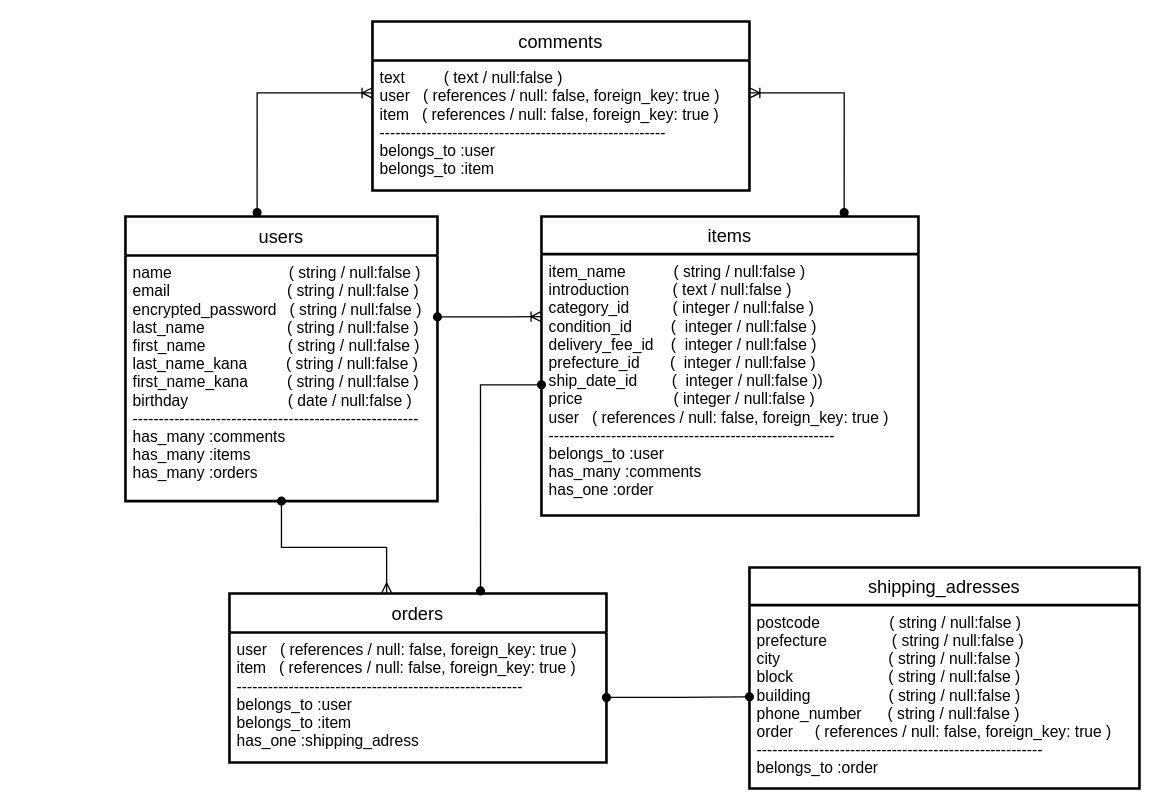
Earlier version of the draw.io diagram furima.dio (ynghr1226/furima-32454). Source tidied: cells renumbered, new cells numbered last; positions are measured from the earlier drawing's top-left corner, leaving out a move shared by most shapes. Both pictures are drawn from the tidied source at 130%, with x=0, y=0 at pixel (125, 21).
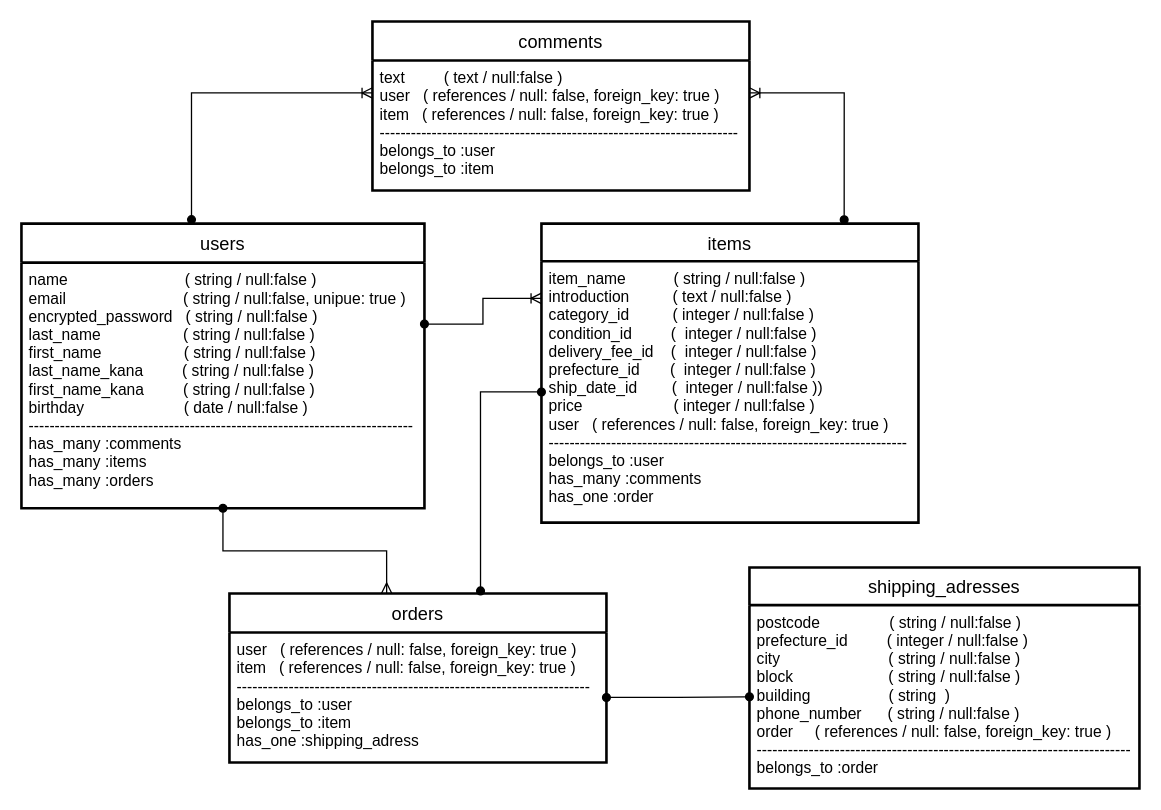
The same page after the edit.

Commit message (it also covers changes not shown here):
データベース設計：修正_3

### What
データベース設計にてREADMEとER図を作成

### Why
データベースを実装する為

Change to the diagram source:
```diff
@@
 <mxGraphModel>
   <root>
     <mxCell id="0" />
     <mxCell id="1" parent="0" />
     <mxCell id="2" value="users" style="swimlane;horizontal=1;startSize=30;rounded=0;fontSize=14;fontStyle=0;strokeWidth=2;shadow=0;dashed=0;align=center;" parent="1" vertex="1">
-      <mxGeometry y="150" width="240" height="219" as="geometry" />
+      <mxGeometry x="-80" y="155.5" width="310" height="219" as="geometry" />
     </mxCell>
-    <mxCell id="3" value="name                           ( string / null:false )&#10;email                           ( string / null:false )&#10;encrypted_password   ( string / null:false )&#10;last_name                   ( string / null:false )&#10;first_name                   ( string / null:false )&#10;last_name_kana         ( string / null:false )&#10;first_name_kana         ( string / null:false )&#10;birthday                       ( date / null:false )&#10;-------------------------------------------------------&#10;has_many :comments&#10;has_many :items&#10;has_many :orders " style="align=left;strokeColor=none;fillColor=none;spacingLeft=4;fontSize=12;verticalAlign=top;" parent="2" vertex="1">
-      <mxGeometry y="30" width="240" height="189" as="geometry" />
+    <mxCell id="3" value="name                           ( string / null:false )&#10;email                           ( string / null:false, unipue: true )&#10;encrypted_password   ( string / null:false )&#10;last_name                   ( string / null:false )&#10;first_name                   ( string / null:false )&#10;last_name_kana         ( string / null:false )&#10;first_name_kana         ( string / null:false )&#10;birthday                       ( date / null:false )&#10;--------------------------------------------------------------------------&#10;has_many :comments&#10;has_many :items&#10;has_many :orders " style="align=left;strokeColor=none;fillColor=none;spacingLeft=4;fontSize=12;verticalAlign=top;" parent="2" vertex="1">
+      <mxGeometry y="30" width="310" height="189" as="geometry" />
     </mxCell>
     <mxCell id="4" value="items" style="swimlane;horizontal=1;startSize=29;rounded=0;fontSize=14;fontStyle=0;strokeWidth=2;shadow=0;align=center;" parent="1" vertex="1">
-      <mxGeometry x="320" y="150" width="290" height="230" as="geometry" />
+      <mxGeometry x="320" y="155.5" width="290" height="230" as="geometry" />
     </mxCell>
-    <mxCell id="5" value="item_name           ( string / null:false )&#10;introduction          ( text / null:false )&#10;category_id          ( integer / null:false )&#10;condition_id         (  integer / null:false )&#10;delivery_fee_id    (  integer / null:false )&#10;prefecture_id       (  integer / null:false )&#10;ship_date_id        (  integer / null:false ))&#10;price                     ( integer / null:false )&#10;user   ( references / null: false, foreign_key: true )&#10;-------------------------------------------------------&#10;belongs_to :user&#10;has_many :comments&#10;has_one :order" style="align=left;strokeColor=none;fillColor=none;spacingLeft=4;fontSize=12;verticalAlign=top;dashed=1;" parent="4" vertex="1">
+    <mxCell id="5" value="item_name           ( string / null:false )&#10;introduction          ( text / null:false )&#10;category_id          ( integer / null:false )&#10;condition_id         (  integer / null:false )&#10;delivery_fee_id    (  integer / null:false )&#10;prefecture_id       (  integer / null:false )&#10;ship_date_id        (  integer / null:false ))&#10;price                     ( integer / null:false )&#10;user   ( references / null: false, foreign_key: true )&#10;---------------------------------------------------------------------&#10;belongs_to :user&#10;has_many :comments&#10;has_one :order" style="align=left;strokeColor=none;fillColor=none;spacingLeft=4;fontSize=12;verticalAlign=top;dashed=1;" parent="4" vertex="1">
       <mxGeometry y="29" width="290" height="201" as="geometry" />
     </mxCell>
     <mxCell id="6" value="shipping_adresses" style="swimlane;horizontal=1;startSize=29;rounded=0;fontSize=14;fontStyle=0;strokeWidth=2;shadow=0;align=center;" parent="1" vertex="1">
       <mxGeometry x="480" y="420" width="300" height="170" as="geometry" />
     </mxCell>
-    <mxCell id="7" value="postcode                ( string / null:false )&#10;prefecture               ( string / null:false )&#10;city                         ( string / null:false )&#10;block                      ( string / null:false )&#10;building                  ( string / null:false )&#10;phone_number      ( string / null:false )&#10;order     ( references / null: false, foreign_key: true )&#10;-------------------------------------------------------&#10;belongs_to :order&#10;" style="align=left;strokeColor=none;fillColor=none;spacingLeft=4;fontSize=12;verticalAlign=top;dashed=1;" parent="6" vertex="1">
+    <mxCell id="7" value="postcode                ( string / null:false )&#10;prefecture_id         ( integer / null:false )&#10;city                         ( string / null:false )&#10;block                      ( string / null:false )&#10;building                  ( string  )&#10;phone_number      ( string / null:false )&#10;order     ( references / null: false, foreign_key: true )&#10;------------------------------------------------------------------------&#10;belongs_to :order&#10;" style="align=left;strokeColor=none;fillColor=none;spacingLeft=4;fontSize=12;verticalAlign=top;dashed=1;" parent="6" vertex="1">
       <mxGeometry y="29" width="300" height="141" as="geometry" />
     </mxCell>
     <mxCell id="8" value="orders" style="swimlane;horizontal=1;startSize=30;rounded=0;fontSize=14;fontStyle=0;strokeWidth=2;shadow=0;dashed=0;align=center;" parent="1" vertex="1">
       <mxGeometry x="80" y="440" width="290" height="130" as="geometry" />
     </mxCell>
-    <mxCell id="9" value="user   ( references / null: false, foreign_key: true )&#10;item   ( references / null: false, foreign_key: true )&#10;-------------------------------------------------------&#10;belongs_to :user&#10;belongs_to :item&#10;has_one :shipping_adress" style="align=left;strokeColor=none;fillColor=none;spacingLeft=4;fontSize=12;verticalAlign=top;" parent="8" vertex="1">
+    <mxCell id="9" value="user   ( references / null: false, foreign_key: true )&#10;item   ( references / null: false, foreign_key: true )&#10;--------------------------------------------------------------------&#10;belongs_to :user&#10;belongs_to :item&#10;has_one :shipping_adress" style="align=left;strokeColor=none;fillColor=none;spacingLeft=4;fontSize=12;verticalAlign=top;" parent="8" vertex="1">
       <mxGeometry y="30" width="290" height="100" as="geometry" />
     </mxCell>
     <mxCell id="10" value="comments" style="swimlane;horizontal=1;startSize=30;rounded=0;fontSize=14;fontStyle=0;strokeWidth=2;shadow=0;dashed=0;align=center;" parent="1" vertex="1">
       <mxGeometry x="190" width="290" height="130" as="geometry" />
     </mxCell>
-    <mxCell id="11" value="text         ( text / null:false )&#10;user   ( references / null: false, foreign_key: true )&#10;item   ( references / null: false, foreign_key: true )&#10;-------------------------------------------------------&#10;belongs_to :user&#10;belongs_to :item" style="align=left;strokeColor=none;fillColor=none;spacingLeft=4;fontSize=12;verticalAlign=top;" parent="10" vertex="1">
+    <mxCell id="11" value="text         ( text / null:false )&#10;user   ( references / null: false, foreign_key: true )&#10;item   ( references / null: false, foreign_key: true )&#10;---------------------------------------------------------------------&#10;belongs_to :user&#10;belongs_to :item" style="align=left;strokeColor=none;fillColor=none;spacingLeft=4;fontSize=12;verticalAlign=top;" parent="10" vertex="1">
       <mxGeometry y="30" width="290" height="100" as="geometry" />
     </mxCell>
     <mxCell id="12" style="edgeStyle=orthogonalEdgeStyle;rounded=0;jettySize=auto;html=1;exitX=0.5;exitY=1;exitDx=0;exitDy=0;startArrow=oval;startFill=1;endArrow=ERmany;endFill=0;entryX=0.417;entryY=0;entryDx=0;entryDy=0;entryPerimeter=0;" parent="1" edge="1" source="3" target="8">
       <mxGeometry relative="1" as="geometry" />
     </mxCell>
     <mxCell id="13" style="edgeStyle=orthogonalEdgeStyle;rounded=0;jettySize=auto;html=1;exitX=0;exitY=0.5;exitDx=0;exitDy=0;entryX=0.666;entryY=-0.015;entryDx=0;entryDy=0;entryPerimeter=0;startArrow=oval;startFill=1;endArrow=oval;endFill=1;" parent="1" edge="1" source="5" target="8">
       <mxGeometry relative="1" as="geometry" />
     </mxCell>
-    <mxCell id="14" style="edgeStyle=orthogonalEdgeStyle;rounded=0;jettySize=auto;html=1;exitX=1;exitY=0.25;exitDx=0;exitDy=0;startArrow=oval;startFill=1;endArrow=ERoneToMany;endFill=0;" parent="1" edge="1" source="3">
-      <mxGeometry relative="1" as="geometry">
-        <mxPoint x="320" y="227" as="targetPoint" />
-      </mxGeometry>
-    </mxCell>
     <mxCell id="15" style="edgeStyle=orthogonalEdgeStyle;rounded=0;jettySize=auto;html=1;exitX=1;exitY=0.5;exitDx=0;exitDy=0;startArrow=oval;startFill=1;endArrow=oval;endFill=1;" parent="1" edge="1" source="9" target="7">
       <mxGeometry relative="1" as="geometry" />
     </mxCell>
     <mxCell id="16" style="edgeStyle=orthogonalEdgeStyle;rounded=0;jettySize=auto;html=1;exitX=1;exitY=0.25;exitDx=0;exitDy=0;entryX=0.803;entryY=-0.013;entryDx=0;entryDy=0;entryPerimeter=0;startArrow=ERoneToMany;startFill=0;endArrow=oval;endFill=1;" parent="1" edge="1" source="11" target="4">
       <mxGeometry relative="1" as="geometry" />
     </mxCell>
     <mxCell id="17" style="edgeStyle=orthogonalEdgeStyle;rounded=0;jettySize=auto;html=1;exitX=0;exitY=0.25;exitDx=0;exitDy=0;entryX=0.422;entryY=-0.014;entryDx=0;entryDy=0;entryPerimeter=0;startArrow=ERoneToMany;startFill=0;endArrow=oval;endFill=1;" parent="1" edge="1" source="11" target="2">
       <mxGeometry relative="1" as="geometry" />
     </mxCell>
+    <mxCell id="18" style="edgeStyle=orthogonalEdgeStyle;rounded=0;jettySize=auto;html=1;exitX=1;exitY=0.25;exitDx=0;exitDy=0;entryX=0;entryY=0.25;entryDx=0;entryDy=0;startArrow=oval;startFill=1;endArrow=ERoneToMany;endFill=0;" parent="1" edge="1" source="3" target="4">
+      <mxGeometry relative="1" as="geometry" />
+    </mxCell>
   </root>
 </mxGraphModel>
```
